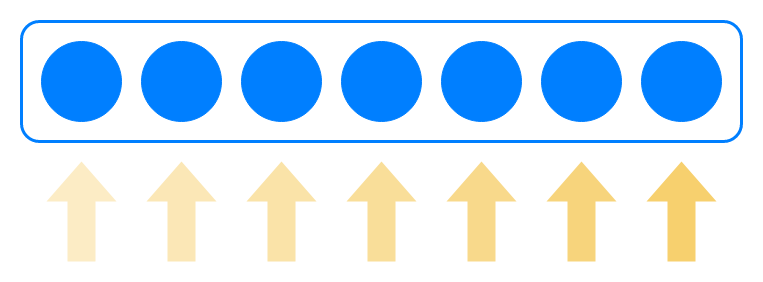
This is img/presentation-logo.drawio.png from tomdol/stl_iterators, a draw.io export, as it was before one commit. Source tidied: cells renumbered, new cells last; positions are measured from the earlier drawing's top-left corner, leaving out a move shared by most shapes.
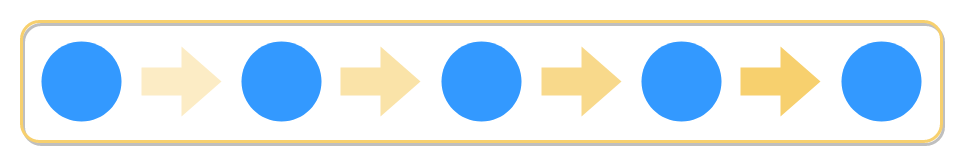
After the commit.

Commit message:
Presentation logo and MaxPool animation

Diff of the diagram source:
```diff
@@ -2,50 +2,35 @@
   <root>
     <mxCell id="0" />
     <mxCell id="1" parent="0" />
-    <mxCell id="2" style="rounded=1;whiteSpace=wrap;html=1;fillColor=none;strokeWidth=3;strokeColor=#007FFF;" parent="1" vertex="1">
-      <mxGeometry width="720" height="120" as="geometry" />
+    <mxCell id="2" style="rounded=1;whiteSpace=wrap;html=1;fillColor=none;strokeWidth=3;strokeColor=#F7D06E;shadow=1;sketch=0;glass=0;" parent="1" vertex="1">
+      <mxGeometry x="40" y="40" width="920" height="120" as="geometry" />
     </mxCell>
-    <mxCell id="3" style="ellipse;whiteSpace=wrap;html=1;fillColor=#007FFF;strokeColor=#007FFF;" parent="1" vertex="1">
-      <mxGeometry x="20" y="20" width="80" height="80" as="geometry" />
+    <mxCell id="3" style="ellipse;whiteSpace=wrap;html=1;fillColor=#3399FF;strokeColor=none;" parent="1" vertex="1">
+      <mxGeometry x="60" y="60" width="80" height="80" as="geometry" />
     </mxCell>
-    <mxCell id="4" style="ellipse;whiteSpace=wrap;html=1;fillColor=#007FFF;strokeColor=#007FFF;" parent="1" vertex="1">
-      <mxGeometry x="120" y="20" width="80" height="80" as="geometry" />
+    <mxCell id="4" style="ellipse;whiteSpace=wrap;html=1;fillColor=#3399FF;strokeColor=none;" parent="1" vertex="1">
+      <mxGeometry x="260" y="60" width="80" height="80" as="geometry" />
     </mxCell>
-    <mxCell id="5" style="ellipse;whiteSpace=wrap;html=1;fillColor=#007FFF;strokeColor=#007FFF;" parent="1" vertex="1">
-      <mxGeometry x="220" y="20" width="80" height="80" as="geometry" />
+    <mxCell id="5" style="html=1;shadow=0;dashed=0;align=center;verticalAlign=middle;shape=mxgraph.arrows2.arrow;dy=0.6;dx=40;direction=north;notch=0;fillColor=#F7D06E;strokeColor=none;opacity=40;rotation=90;" parent="1" vertex="1">
+      <mxGeometry x="165" y="60" width="70" height="80" as="geometry" />
     </mxCell>
-    <mxCell id="6" style="ellipse;whiteSpace=wrap;html=1;fillColor=#007FFF;strokeColor=#007FFF;" parent="1" vertex="1">
-      <mxGeometry x="320" y="20" width="80" height="80" as="geometry" />
+    <mxCell id="6" style="ellipse;whiteSpace=wrap;html=1;fillColor=#3399FF;strokeColor=none;" parent="1" vertex="1">
+      <mxGeometry x="460" y="60" width="80" height="80" as="geometry" />
     </mxCell>
-    <mxCell id="7" style="ellipse;whiteSpace=wrap;html=1;fillColor=#007FFF;strokeColor=#007FFF;" parent="1" vertex="1">
-      <mxGeometry x="420" y="20" width="80" height="80" as="geometry" />
+    <mxCell id="7" style="html=1;shadow=0;dashed=0;align=center;verticalAlign=middle;shape=mxgraph.arrows2.arrow;dy=0.6;dx=40;direction=north;notch=0;fillColor=#F7D06E;strokeColor=none;opacity=60;rotation=90;" parent="1" vertex="1">
+      <mxGeometry x="364" y="60" width="70" height="80" as="geometry" />
     </mxCell>
-    <mxCell id="8" style="ellipse;whiteSpace=wrap;html=1;fillColor=#007FFF;strokeColor=#007FFF;" parent="1" vertex="1">
-      <mxGeometry x="520" y="20" width="80" height="80" as="geometry" />
+    <mxCell id="8" style="ellipse;whiteSpace=wrap;html=1;fillColor=#3399FF;strokeColor=none;" parent="1" vertex="1">
+      <mxGeometry x="660" y="60" width="80" height="80" as="geometry" />
     </mxCell>
-    <mxCell id="9" style="ellipse;whiteSpace=wrap;html=1;fillColor=#007FFF;strokeColor=#007FFF;" parent="1" vertex="1">
-      <mxGeometry x="620" y="20" width="80" height="80" as="geometry" />
+    <mxCell id="9" style="html=1;shadow=0;dashed=0;align=center;verticalAlign=middle;shape=mxgraph.arrows2.arrow;dy=0.6;dx=40;direction=north;notch=0;fillColor=#F7D06E;strokeColor=none;opacity=80;rotation=90;" parent="1" vertex="1">
+      <mxGeometry x="565" y="60" width="70" height="80" as="geometry" />
     </mxCell>
-    <mxCell id="10" style="html=1;shadow=0;dashed=0;align=center;verticalAlign=middle;shape=mxgraph.arrows2.arrow;dy=0.6;dx=40;direction=north;notch=0;fillColor=#F7D06E;strokeColor=none;opacity=40;" parent="1" vertex="1">
-      <mxGeometry x="25" y="140" width="70" height="100" as="geometry" />
+    <mxCell id="10" style="ellipse;whiteSpace=wrap;html=1;fillColor=#3399FF;strokeColor=none;" parent="1" vertex="1">
+      <mxGeometry x="860" y="60" width="80" height="80" as="geometry" />
     </mxCell>
-    <mxCell id="11" style="html=1;shadow=0;dashed=0;align=center;verticalAlign=middle;shape=mxgraph.arrows2.arrow;dy=0.6;dx=40;direction=north;notch=0;fillColor=#F7D06E;strokeColor=none;opacity=50;" parent="1" vertex="1">
-      <mxGeometry x="125" y="140" width="70" height="100" as="geometry" />
+    <mxCell id="11" style="html=1;shadow=0;dashed=0;align=center;verticalAlign=middle;shape=mxgraph.arrows2.arrow;dy=0.6;dx=40;direction=north;notch=0;fillColor=#F7D06E;strokeColor=none;rotation=90;" parent="1" vertex="1">
+      <mxGeometry x="764" y="60" width="70" height="80" as="geometry" />
     </mxCell>
-    <mxCell id="12" style="html=1;shadow=0;dashed=0;align=center;verticalAlign=middle;shape=mxgraph.arrows2.arrow;dy=0.6;dx=40;direction=north;notch=0;fillColor=#F7D06E;strokeColor=none;opacity=60;" parent="1" vertex="1">
-      <mxGeometry x="225" y="140" width="70" height="100" as="geometry" />
-    </mxCell>
-    <mxCell id="13" style="html=1;shadow=0;dashed=0;align=center;verticalAlign=middle;shape=mxgraph.arrows2.arrow;dy=0.6;dx=40;direction=north;notch=0;fillColor=#F7D06E;strokeColor=none;opacity=70;" parent="1" vertex="1">
-      <mxGeometry x="325" y="140" width="70" height="100" as="geometry" />
-    </mxCell>
-    <mxCell id="14" style="html=1;shadow=0;dashed=0;align=center;verticalAlign=middle;shape=mxgraph.arrows2.arrow;dy=0.6;dx=40;direction=north;notch=0;fillColor=#F7D06E;strokeColor=none;opacity=80;" parent="1" vertex="1">
-      <mxGeometry x="425" y="140" width="70" height="100" as="geometry" />
-    </mxCell>
-    <mxCell id="15" style="html=1;shadow=0;dashed=0;align=center;verticalAlign=middle;shape=mxgraph.arrows2.arrow;dy=0.6;dx=40;direction=north;notch=0;fillColor=#F7D06E;strokeColor=none;opacity=90;" parent="1" vertex="1">
-      <mxGeometry x="525" y="140" width="70" height="100" as="geometry" />
-    </mxCell>
-    <mxCell id="16" style="html=1;shadow=0;dashed=0;align=center;verticalAlign=middle;shape=mxgraph.arrows2.arrow;dy=0.6;dx=40;direction=north;notch=0;fillColor=#F7D06E;strokeColor=none;" parent="1" vertex="1">
-      <mxGeometry x="625" y="140" width="70" height="100" as="geometry" />
-    </mxCell>
   </root>
 </mxGraphModel>
```
